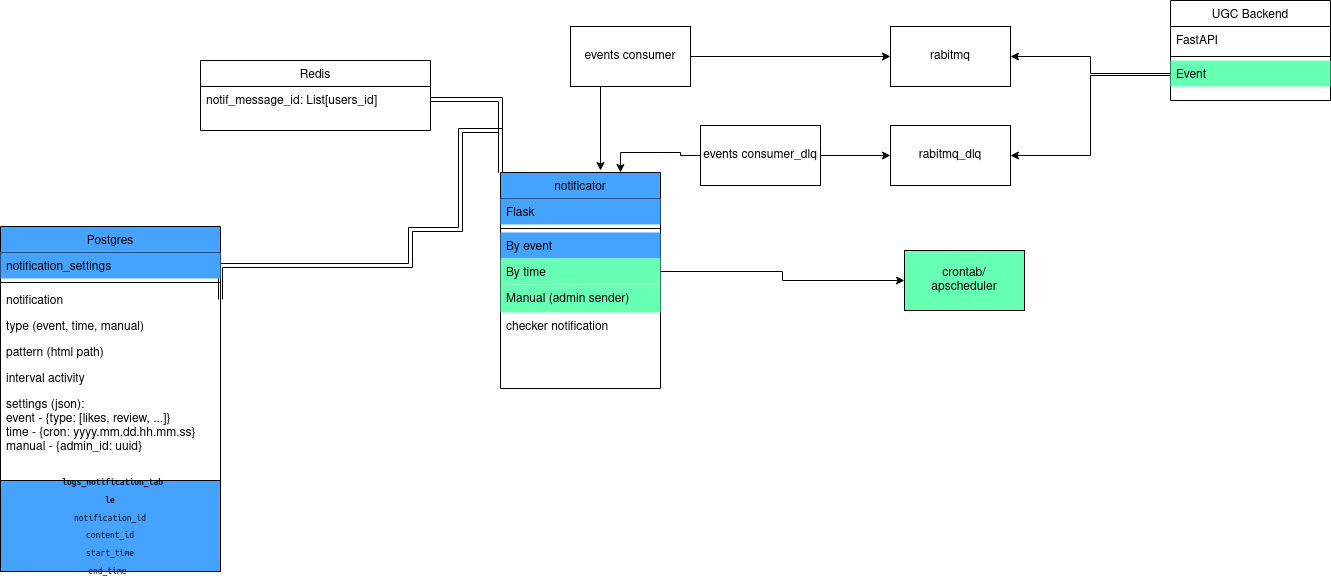
Earlier version of the draw.io export doc/schema_notification.drawio.png (lazgut/ugc_sprint_1). Source tidied: cells renumbered, new cells last; positions are measured from the earlier drawing's top-left corner, leaving out a move shared by most shapes.
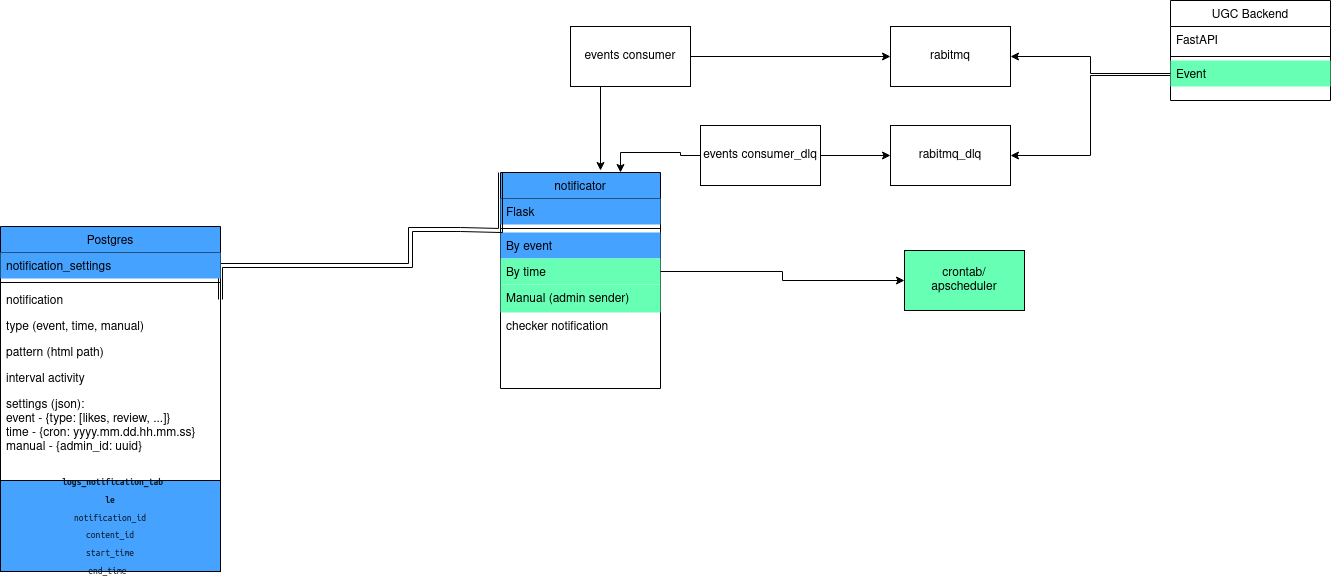
Later version of the same file.

Change to the diagram source:
```diff
@@ -60,19 +60,11 @@
           <mxPoint x="410" y="265" />
           <mxPoint x="410" y="229" />
           <mxPoint x="460" y="229" />
-          <mxPoint x="460" y="130" />
+          <mxPoint x="460" y="230" />
+          <mxPoint x="500" y="230" />
         </Array>
       </mxGeometry>
     </mxCell>
-    <mxCell id="20" value="Redis" style="swimlane;fontStyle=0;align=center;verticalAlign=top;horizontal=1;startSize=26;rounded=0;shadow=0;strokeWidth=1;" parent="1" vertex="1">
-      <mxGeometry x="200" y="60" width="230" height="70" as="geometry" />
-    </mxCell>
-    <mxCell id="21" value="notif_message_id: List[users_id]" style="text;align=left;verticalAlign=top;spacingLeft=4;spacingRight=4;overflow=hidden;points=[[0,0.5],[1,0.5]];portConstraint=eastwest;" parent="20" vertex="1">
-      <mxGeometry y="26" width="230" height="26" as="geometry" />
-    </mxCell>
-    <mxCell id="22" style="edgeStyle=orthogonalEdgeStyle;shape=link;rounded=0;jettySize=auto;html=1;exitX=1;exitY=0.5;exitDx=0;exitDy=0;entryX=0;entryY=0;entryDx=0;entryDy=0;" parent="1" edge="1" source="21" target="2">
-      <mxGeometry relative="1" as="geometry" />
-    </mxCell>
     <mxCell id="23" value="Postgres" style="swimlane;fontStyle=0;align=center;verticalAlign=top;horizontal=1;startSize=26;rounded=0;shadow=0;strokeWidth=1;fillColor=#45A2FF;" parent="1" vertex="1">
       <mxGeometry y="226" width="220" height="254" as="geometry" />
     </mxCell>
```
